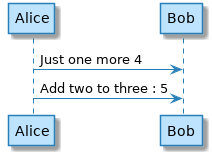
This is _images/plantuml-17431f4899c291de2012c1b1aace7066ce510163.png from Crashedmind/PlantUMLHitchhikersGuide, a PlantUML export, as it was before one commit.
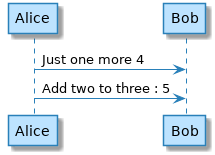
The same diagram one commit later.

Change to the diagram source:
```diff
@@ -96,7 +96,10 @@
 skinparam rectangleBackgroundColor  #BDE3FF
 skinparam storageBackgroundColor  #BDE3FF
 skinparam usecaseBackgroundColor #BDE3FF
+!function $inc($value, $step=1)
+!return $value + $step
+!endfunction
 
-Alice -> Bob : Just one more 4
-Alice -> Bob : Add two to three : 5
+Alice -> Bob : Just one more $inc(3)
+Alice -> Bob : Add two to three : $inc(3, 2)
 @enduml
```
